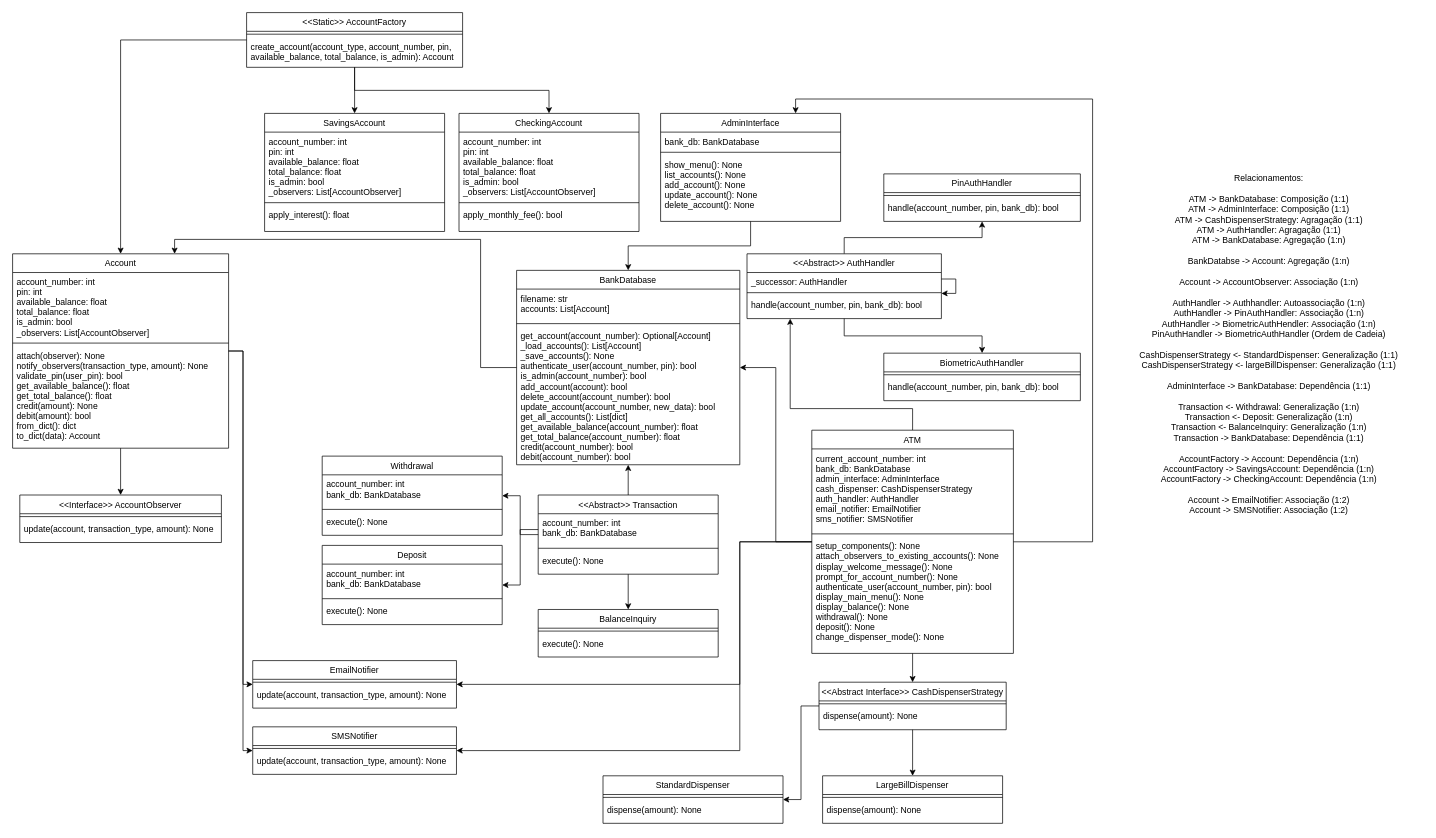
Above: UML/UMLTFTPPE.drawio in H0lzz/ATM2025.1 (draw.io), before the change. Source tidied: cells renumbered, new cells numbered last; positions are measured from the earlier drawing's top-left corner, leaving out a move shared by most shapes. Both pictures are drawn from the tidied source at 72%, with x=0, y=0 at pixel (12, 12).
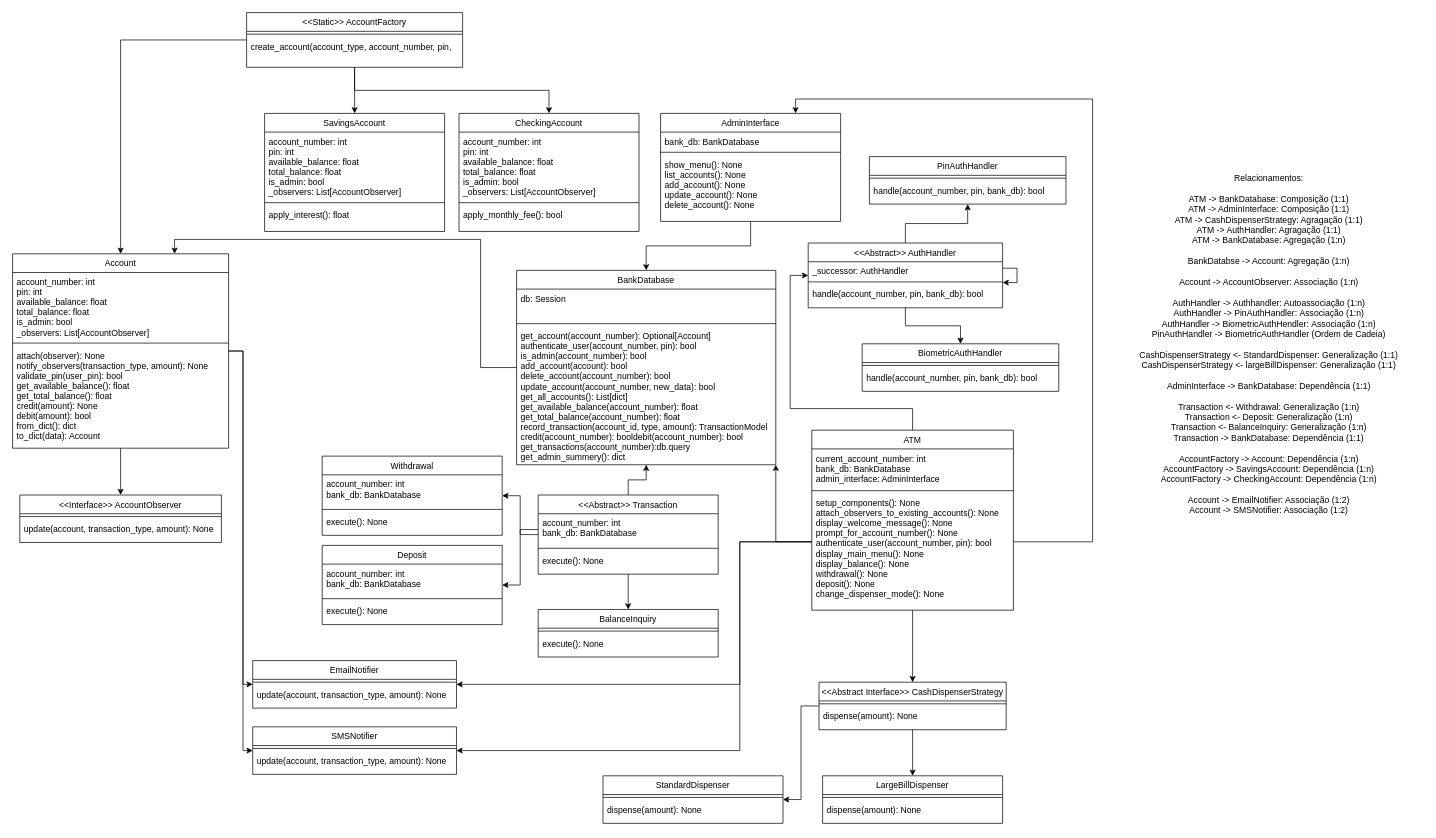
Above is the later version.

Commit message:
fix(docs): Corrige o arquivo de UML do projeto, tirando termos privados, publicos e protegidos.

Unchanged cells that the change refers to:
```xml
<mxCell id="18" value="&lt;&lt;Static&gt;&gt; AccountFactory&#10;" style="swimlane;fontStyle=0;align=center;verticalAlign=top;horizontal=1;startSize=26;rounded=0;shadow=0;strokeWidth=1;" parent="1" vertex="1">
  <mxGeometry x="325" width="300" height="76" as="geometry" />
</mxCell>
```

What changed in the source:
```diff
@@
-    <mxCell id="20" value="create_account(account_type, account_number, pin, &#10;available_balance, total_balance, is_admin): Account&#10;" style="text;align=left;verticalAlign=top;spacingLeft=4;spacingRight=4;overflow=hidden;rounded=0;shadow=0;html=0;" parent="18" vertex="1">
+    <mxCell id="20" value="create_account(account_type, account_number, pin, &#10;&#10;" style="text;align=left;verticalAlign=top;spacingLeft=4;spacingRight=4;overflow=hidden;rounded=0;shadow=0;html=0;" parent="18" vertex="1">
       <mxGeometry y="34" width="300" height="32" as="geometry" />
     </mxCell>
@@
     <mxCell id="48" value="BankDatabase" style="swimlane;fontStyle=0;align=center;verticalAlign=top;horizontal=1;startSize=26;rounded=0;shadow=0;strokeWidth=1;" parent="1" vertex="1">
-      <mxGeometry x="700" y="358" width="310" height="270" as="geometry" />
+      <mxGeometry x="700" y="358" width="360" height="270" as="geometry" />
     </mxCell>
-    <mxCell id="49" value="filename: str&#10;accounts: List[Account]&#10;" style="text;align=left;verticalAlign=top;spacingLeft=4;spacingRight=4;overflow=hidden;rounded=0;shadow=0;html=0;" parent="48" vertex="1">
-      <mxGeometry y="26" width="310" height="44" as="geometry" />
+    <mxCell id="49" value="db: Session" style="text;align=left;verticalAlign=top;spacingLeft=4;spacingRight=4;overflow=hidden;rounded=0;shadow=0;html=0;" parent="48" vertex="1">
+      <mxGeometry y="26" width="360" height="44" as="geometry" />
     </mxCell>
     <mxCell id="50" style="line;html=1;strokeWidth=1;align=left;verticalAlign=middle;spacingTop=-1;spacingLeft=3;spacingRight=3;labelPosition=right;" parent="48" vertex="1">
-      <mxGeometry y="70" width="310" height="8" as="geometry" />
+      <mxGeometry y="70" width="360" height="8" as="geometry" />
     </mxCell>
-    <mxCell id="51" value="get_account(account_number): Optional[Account]&#10;_load_accounts(): List[Account]&#10;_save_accounts(): None&#10;authenticate_user(account_number, pin): bool&#10;is_admin(account_number): bool&#10;add_account(account): bool&#10;delete_account(account_number): bool&#10;update_account(account_number, new_data): bool&#10;get_all_accounts(): List[dict]&#10;get_available_balance(account_number): float&#10;get_total_balance(account_number): float&#10;credit(account_number): bool&#10;debit(account_number): bool&#10;" style="text;align=left;verticalAlign=top;spacingLeft=4;spacingRight=4;overflow=hidden;rounded=0;shadow=0;html=0;" parent="48" vertex="1">
-      <mxGeometry y="78" width="310" height="192" as="geometry" />
+    <mxCell id="51" value="get_account(account_number): Optional[Account]&#10;authenticate_user(account_number, pin): bool&#10;is_admin(account_number): bool&#10;add_account(account): bool&#10;delete_account(account_number): bool&#10;update_account(account_number, new_data): bool&#10;get_all_accounts(): List[dict]&#10;get_available_balance(account_number): float&#10;get_total_balance(account_number): float&#10;record_transaction(account_id, type, amount): TransactionModel&#10;credit(account_number): booldebit(account_number): bool&#10;get_transactions(account_number):db.query&#10;get_admin_summery(): dict&#10;" style="text;align=left;verticalAlign=top;spacingLeft=4;spacingRight=4;overflow=hidden;rounded=0;shadow=0;html=0;" parent="48" vertex="1">
+      <mxGeometry y="78" width="360" height="192" as="geometry" />
     </mxCell>
@@
     <mxCell id="71" value="&lt;&lt;Abstract&gt;&gt; AuthHandler&#10;" style="swimlane;fontStyle=0;align=center;verticalAlign=top;horizontal=1;startSize=26;rounded=0;shadow=0;strokeWidth=1;" parent="1" vertex="1">
-      <mxGeometry x="1020" y="335" width="270" height="90" as="geometry" />
+      <mxGeometry x="1105" y="320" width="270" height="90" as="geometry" />
     </mxCell>
@@
     <mxCell id="75" value="PinAuthHandler" style="swimlane;fontStyle=0;align=center;verticalAlign=top;horizontal=1;startSize=26;rounded=0;shadow=0;strokeWidth=1;" parent="1" vertex="1">
-      <mxGeometry x="1210" y="224" width="273" height="66" as="geometry" />
+      <mxGeometry x="1190" y="200" width="273" height="66" as="geometry" />
     </mxCell>
@@
     <mxCell id="78" value="BiometricAuthHandler" style="swimlane;fontStyle=0;align=center;verticalAlign=top;horizontal=1;startSize=26;rounded=0;shadow=0;strokeWidth=1;" parent="1" vertex="1">
-      <mxGeometry x="1210" y="473" width="273" height="66" as="geometry" />
+      <mxGeometry x="1180" y="460" width="273" height="66" as="geometry" />
     </mxCell>
@@
     <mxCell id="91" value="ATM" style="swimlane;fontStyle=0;align=center;verticalAlign=top;horizontal=1;startSize=26;rounded=0;shadow=0;strokeWidth=1;" parent="1" vertex="1">
-      <mxGeometry x="1110" y="580" width="280" height="310" as="geometry" />
+      <mxGeometry x="1110" y="580" width="280" height="250" as="geometry" />
     </mxCell>
-    <mxCell id="92" value="current_account_number: int&#10;bank_db: BankDatabase&#10;admin_interface: AdminInterface&#10;cash_dispenser: CashDispenserStrategy&#10;auth_handler: AuthHandler&#10;email_notifier: EmailNotifier&#10;sms_notifier: SMSNotifier&#10;&#10;&#10;" style="text;align=left;verticalAlign=top;spacingLeft=4;spacingRight=4;overflow=hidden;rounded=0;shadow=0;html=0;" parent="91" vertex="1">
-      <mxGeometry y="26" width="280" height="114" as="geometry" />
+    <mxCell id="92" value="current_account_number: int&#10;bank_db: BankDatabase&#10;admin_interface: AdminInterface&#10;&#10;&#10;" style="text;align=left;verticalAlign=top;spacingLeft=4;spacingRight=4;overflow=hidden;rounded=0;shadow=0;html=0;" parent="91" vertex="1">
+      <mxGeometry y="26" width="280" height="54" as="geometry" />
     </mxCell>
     <mxCell id="93" style="line;html=1;strokeWidth=1;align=left;verticalAlign=middle;spacingTop=-1;spacingLeft=3;spacingRight=3;labelPosition=right;" parent="91" vertex="1">
-      <mxGeometry y="140" width="280" height="8" as="geometry" />
+      <mxGeometry y="80" width="280" height="8" as="geometry" />
     </mxCell>
     <mxCell id="94" value="setup_components(): None&#10;attach_observers_to_existing_accounts(): None&#10;display_welcome_message(): None&#10;prompt_for_account_number(): None&#10;authenticate_user(account_number, pin): bool&#10;display_main_menu(): None&#10;display_balance(): None&#10;withdrawal(): None&#10;deposit(): None&#10;change_dispenser_mode(): None&#10;&#10;" style="text;align=left;verticalAlign=top;spacingLeft=4;spacingRight=4;overflow=hidden;rounded=0;shadow=0;html=0;" parent="91" vertex="1">
-      <mxGeometry y="148" width="280" height="162" as="geometry" />
+      <mxGeometry y="88" width="280" height="162" as="geometry" />
     </mxCell>
```
